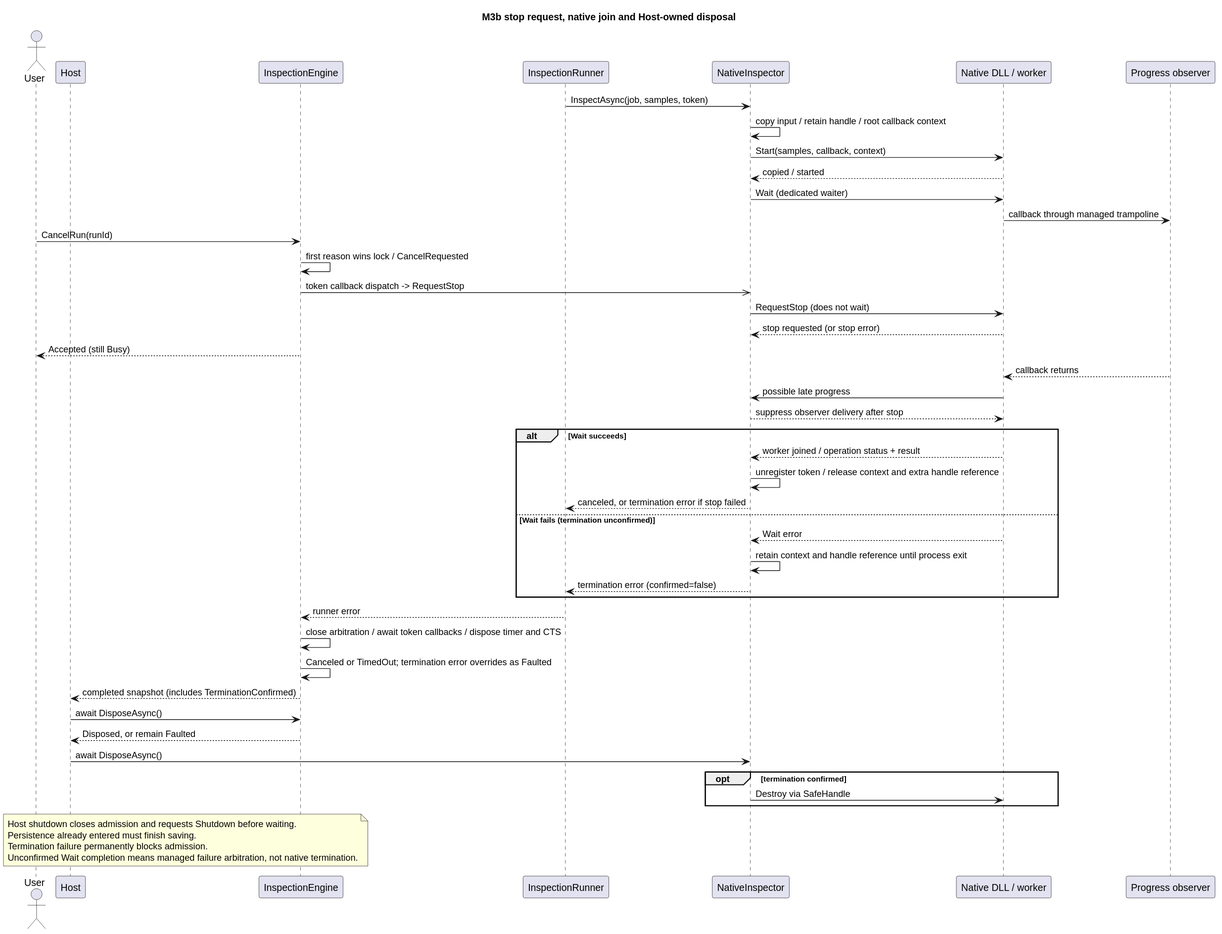
This is docs/diagrams/generated/cancel-shutdown-sequence.svg from Myoungmin/CSharp-InspectionCore-Lab, a PlantUML export, as it was before one commit. Its source is kept beside it as docs/diagrams/cancel-shutdown-sequence.puml.
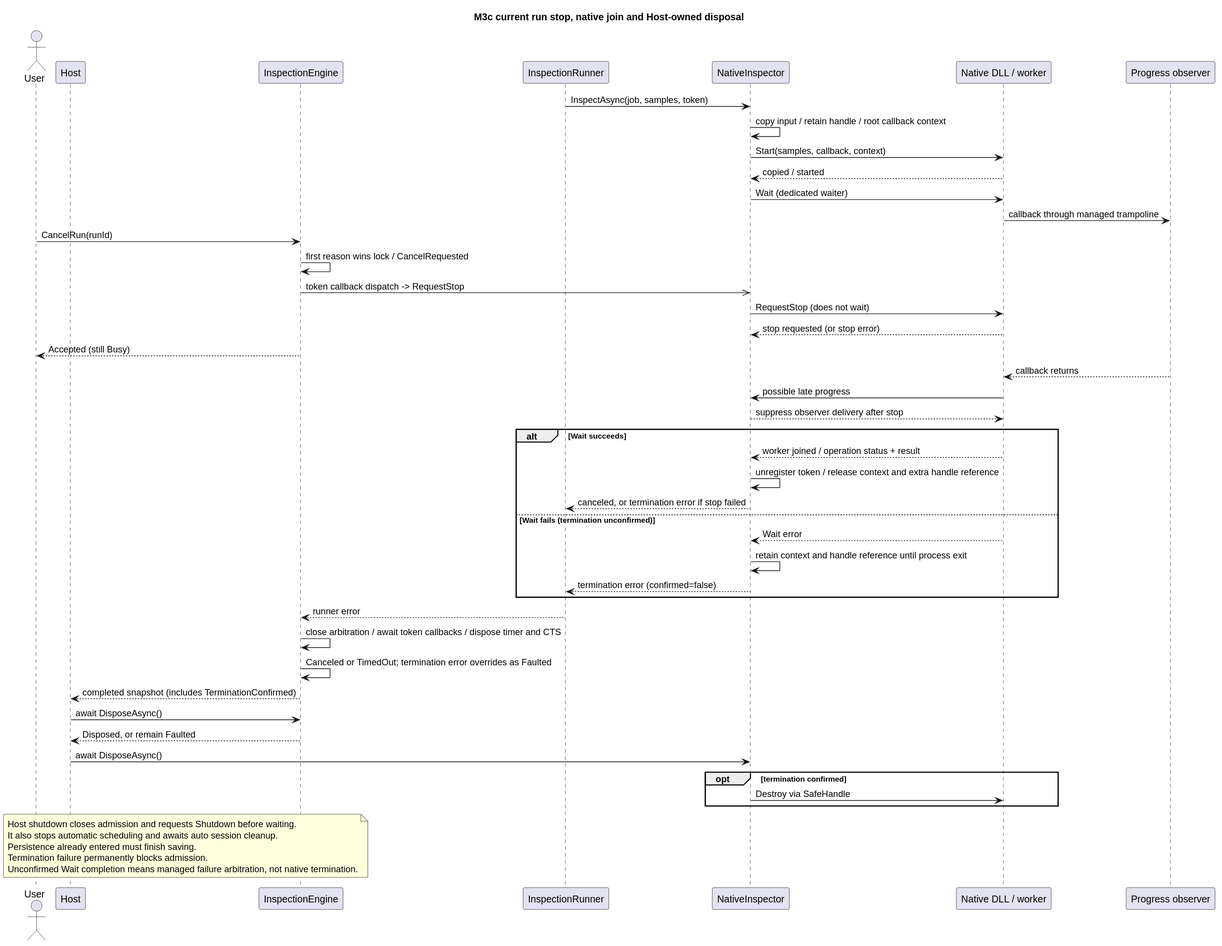
The same file after the commit.

The edit, as a diff of the source:
```diff
@@ -1,5 +1,5 @@
 @startuml cancel-shutdown-sequence
-title M3b stop request, native join and Host-owned disposal
+title M3c current run stop, native join and Host-owned disposal
 actor User
 participant Host
 participant InspectionEngine as Engine
@@ -43,6 +43,7 @@
 end
 note over Host, Engine
 Host shutdown closes admission and requests Shutdown before waiting.
+It also stops automatic scheduling and awaits auto session cleanup.
 Persistence already entered must finish saving.
 Termination failure permanently blocks admission.
 Unconfirmed Wait completion means managed failure arbitration, not native termination.
```
